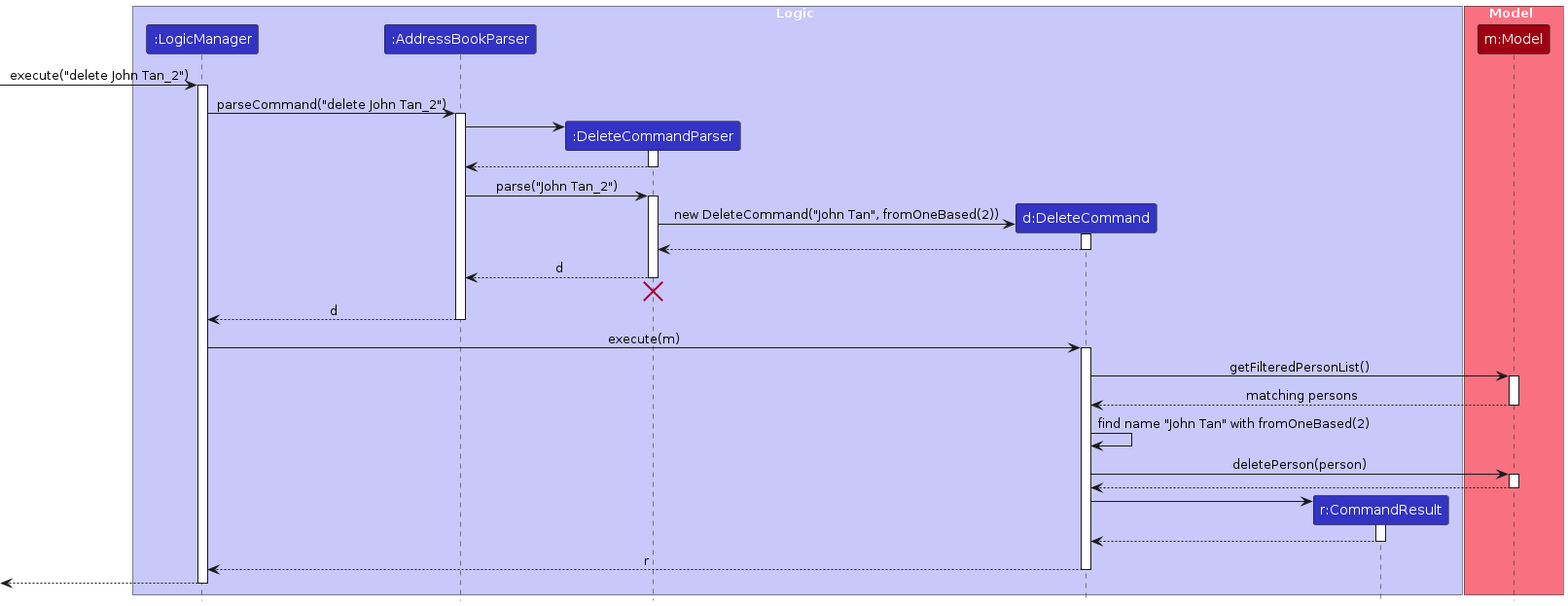
Earlier version of the PlantUML export diagrams/DeleteSequenceDiagram.png (AY2627S1-CS2103T-W14-1/tp). Its source is kept beside it as diagrams/DeleteSequenceDiagram.puml. Source of this version:
```plantuml
@startuml
!include style.puml
skinparam ArrowFontStyle plain

box Logic LOGIC_COLOR_T1
participant ":LogicManager" as LogicManager LOGIC_COLOR
participant ":AddressBookParser" as AddressBookParser LOGIC_COLOR
participant ":DeleteCommandParser" as DeleteCommandParser LOGIC_COLOR
participant "d:DeleteCommand" as DeleteCommand LOGIC_COLOR
participant "r:CommandResult" as CommandResult LOGIC_COLOR
end box

box Model MODEL_COLOR_T1
participant "m:Model" as Model MODEL_COLOR
end box

[-> LogicManager : execute("delete John Tan_2")
activate LogicManager

LogicManager -> AddressBookParser : parseCommand("delete John Tan_2")
activate AddressBookParser

create DeleteCommandParser
AddressBookParser -> DeleteCommandParser
activate DeleteCommandParser

DeleteCommandParser --> AddressBookParser
deactivate DeleteCommandParser

AddressBookParser -> DeleteCommandParser : parse("John Tan_2")
activate DeleteCommandParser

create DeleteCommand
DeleteCommandParser -> DeleteCommand : new DeleteCommand("John Tan", fromOneBased(2))
activate DeleteCommand

DeleteCommand --> DeleteCommandParser :
deactivate DeleteCommand

DeleteCommandParser --> AddressBookParser : d
deactivate DeleteCommandParser
DeleteCommandParser -[hidden]-> AddressBookParser
destroy DeleteCommandParser

AddressBookParser --> LogicManager : d
deactivate AddressBookParser

LogicManager -> DeleteCommand : execute(m)
activate DeleteCommand

DeleteCommand -> Model : getFilteredPersonList()
activate Model

Model --> DeleteCommand : matching persons
deactivate Model

DeleteCommand -> DeleteCommand : find name "John Tan" with fromOneBased(2)

DeleteCommand -> Model : deletePerson(person)
activate Model

Model --> DeleteCommand
deactivate Model

create CommandResult
DeleteCommand -> CommandResult
activate CommandResult

CommandResult --> DeleteCommand
deactivate CommandResult

DeleteCommand --> LogicManager : r
deactivate DeleteCommand

[<--LogicManager
deactivate LogicManager
@enduml
```
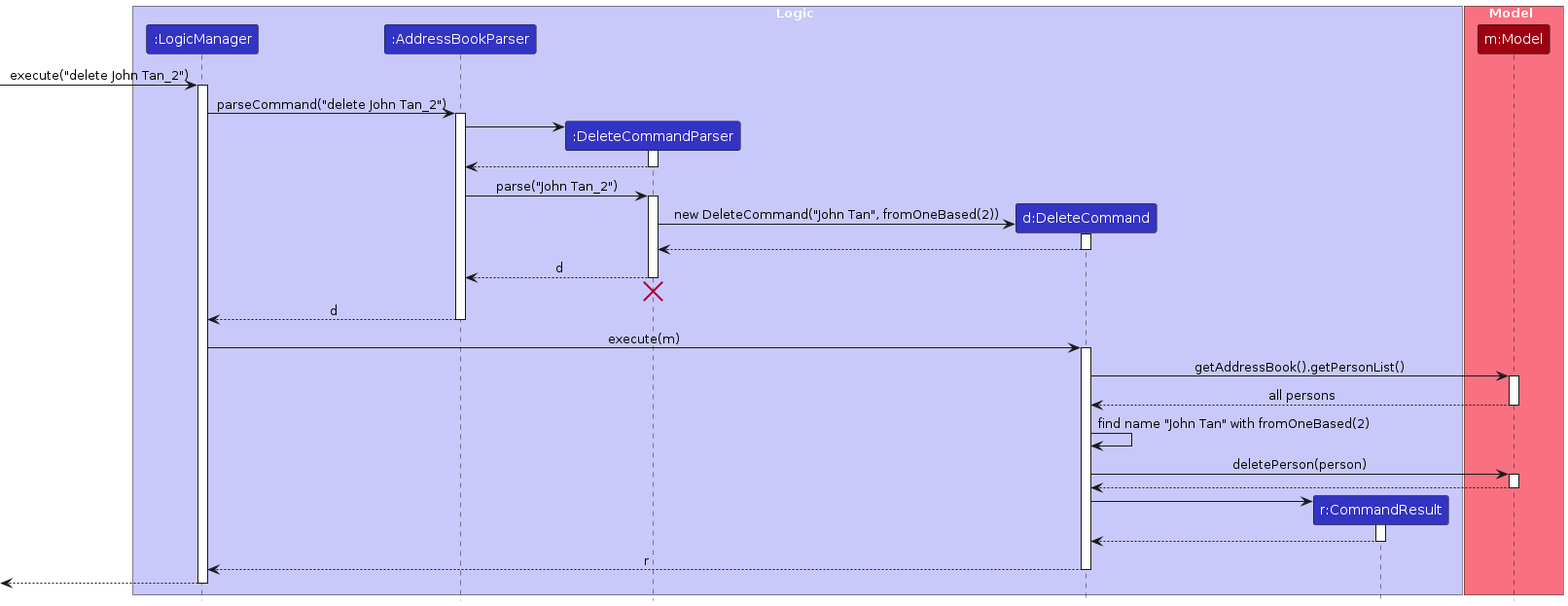
The same file after the commit.

Diff of the diagram source:
```diff
@@ -48,10 +48,10 @@
 LogicManager -> DeleteCommand : execute(m)
 activate DeleteCommand
 
-DeleteCommand -> Model : getFilteredPersonList()
+DeleteCommand -> Model : getAddressBook().getPersonList()
 activate Model
 
-Model --> DeleteCommand : matching persons
+Model --> DeleteCommand : all persons
 deactivate Model
 
 DeleteCommand -> DeleteCommand : find name "John Tan" with fromOneBased(2)
```
